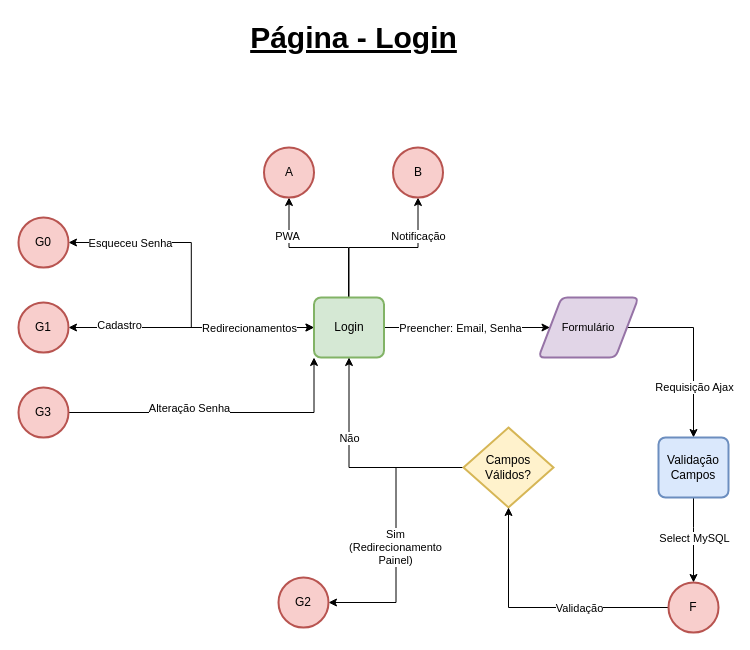
Earlier version of the draw.io diagram page "Flow - Login" (2 of 11) of tcc-flow.drawio (CSFelix/UML). Source tidied: cells renumbered, new cells numbered last; positions are measured from the earlier drawing's top-left corner, leaving out a move shared by most shapes. Both pictures are drawn from the tidied source at 100%, with x=0, y=0 at pixel (18, 17).
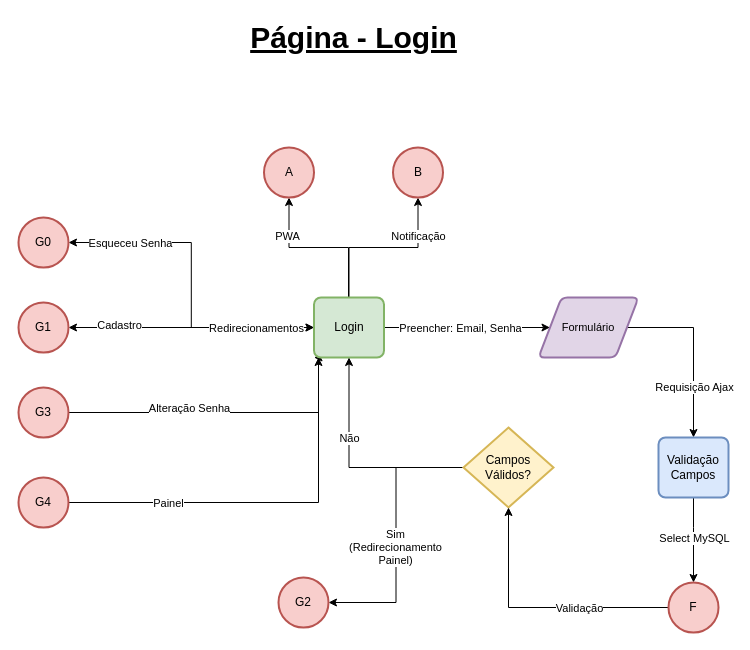
After the change.

Unchanged cells that the change refers to:
```xml
<mxCell id="16" value="Login" style="rounded=1;whiteSpace=wrap;html=1;absoluteArcSize=1;arcSize=14;strokeWidth=2;fillColor=#d5e8d4;strokeColor=#82b366;" parent="1" vertex="1">
  <mxGeometry x="295.5" y="280" width="70" height="60" as="geometry" />
</mxCell>
<mxCell id="21" value="G3" style="strokeWidth=2;html=1;shape=mxgraph.flowchart.start_2;whiteSpace=wrap;fillColor=#f8cecc;strokeColor=#b85450;" parent="1" vertex="1">
  <mxGeometry y="370" width="50" height="50" as="geometry" />
</mxCell>
```

Diff of the diagram source:
```diff
@@
     <mxCell id="11" style="edgeStyle=orthogonalEdgeStyle;rounded=0;jettySize=auto;html=1;entryX=1;entryY=0.5;entryDx=0;entryDy=0;entryPerimeter=0;exitX=0;exitY=1;exitDx=0;exitDy=0;startArrow=classic;startFill=1;endArrow=none;endFill=0;" parent="1" edge="1" source="16" target="21">
-      <mxGeometry relative="1" as="geometry" />
+      <mxGeometry relative="1" as="geometry">
+        <Array as="points">
+          <mxPoint x="300" y="340" />
+          <mxPoint x="300" y="395" />
+        </Array>
+      </mxGeometry>
     </mxCell>
@@
+    <mxCell id="37" style="edgeStyle=orthogonalEdgeStyle;rounded=0;jettySize=auto;html=1;startArrow=none;startFill=0;endArrow=classic;endFill=1;" parent="1" edge="1" source="39">
+      <mxGeometry relative="1" as="geometry">
+        <mxPoint x="300" y="340" as="targetPoint" />
+        <Array as="points">
+          <mxPoint x="300" y="485" />
+        </Array>
+      </mxGeometry>
+    </mxCell>
+    <mxCell id="38" value="Painel" style="edgeLabel;html=1;align=center;verticalAlign=middle;" parent="37" vertex="1">
+      <mxGeometry x="-0.62" y="-4" relative="1" as="geometry">
+        <mxPoint x="24" y="-4" as="offset" />
+      </mxGeometry>
+    </mxCell>
+    <mxCell id="39" value="G4" style="strokeWidth=2;html=1;shape=mxgraph.flowchart.start_2;whiteSpace=wrap;fillColor=#f8cecc;strokeColor=#b85450;" parent="1" vertex="1">
+      <mxGeometry y="460" width="50" height="50" as="geometry" />
+    </mxCell>
```
